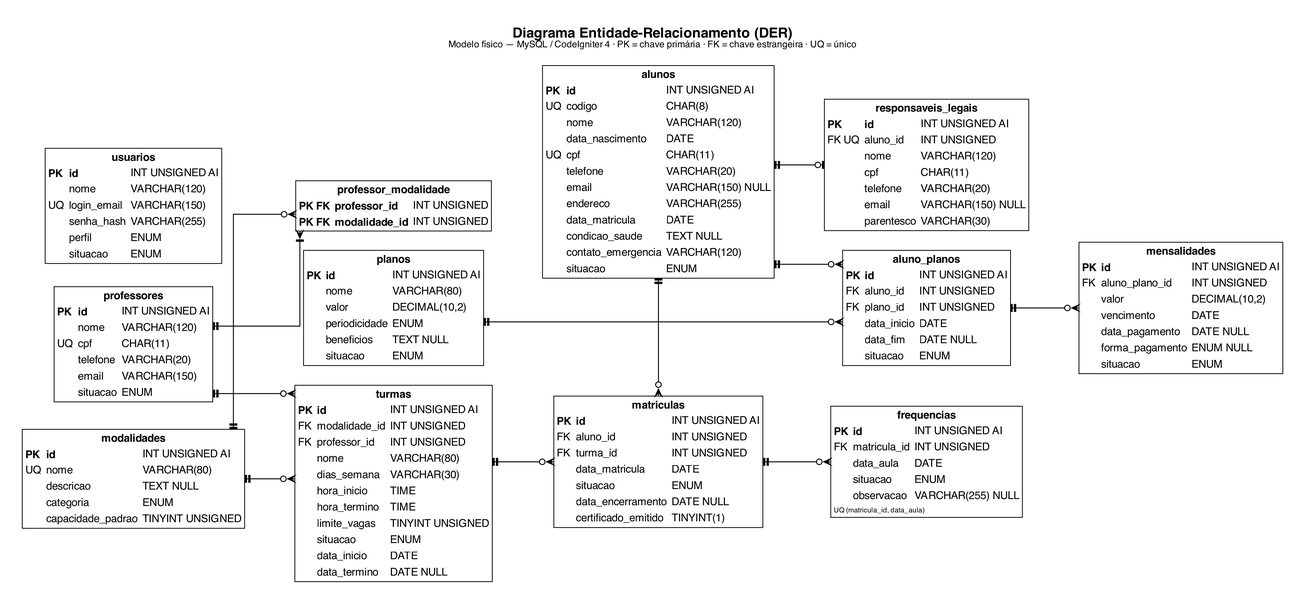
Before: docs/analise/diagramas/der.png, a diagram exported from Graphviz (arthurvtl/centro-treinamento-devweb). Its source is kept beside it as docs/analise/diagramas/der.dot. Its diagram source:
```dot
digraph DER {
  graph [
    label=<<b>Diagrama Entidade-Relacionamento (DER)</b><br/><font point-size="12" color="#000000">Modelo físico — MySQL / CodeIgniter 4 · PK = chave primária · FK = chave estrangeira · UQ = único</font><br/> >,
    labelloc=t, fontname="Helvetica", fontsize=18,
    rankdir=LR, splines=ortho, nodesep=0.35, ranksep=0.9, pad=0.4, bgcolor="white"
  ];
  node [shape=plain, fontname="Helvetica", fontsize=14];
  edge [color="#000000", dir=both, penwidth=1.2, arrowsize=0.9];

  usuarios [label=<
    <table border="1" cellborder="0" cellspacing="0" cellpadding="3" color="#000000">
      <tr><td colspan="3"><b>usuarios</b></td></tr>
      <tr><td align="left"><font color="#000000"><b>PK</b></font></td><td align="left"><b>id</b></td><td align="left"><font color="#000000">INT UNSIGNED AI</font></td></tr>
      <tr><td></td><td align="left">nome</td><td align="left"><font color="#000000">VARCHAR(120)</font></td></tr>
      <tr><td align="left"><font color="#000000">UQ</font></td><td align="left">login_email</td><td align="left"><font color="#000000">VARCHAR(150)</font></td></tr>
      <tr><td></td><td align="left">senha_hash</td><td align="left"><font color="#000000">VARCHAR(255)</font></td></tr>
      <tr><td></td><td align="left">perfil</td><td align="left"><font color="#000000">ENUM</font></td></tr>
      <tr><td></td><td align="left">situacao</td><td align="left"><font color="#000000">ENUM</font></td></tr>
    </table>>];

  modalidades [label=<
    <table border="1" cellborder="0" cellspacing="0" cellpadding="3" color="#000000">
      <tr><td colspan="3"><b>modalidades</b></td></tr>
      <tr><td align="left"><font color="#000000"><b>PK</b></font></td><td align="left"><b>id</b></td><td align="left"><font color="#000000">INT UNSIGNED AI</font></td></tr>
      <tr><td align="left"><font color="#000000">UQ</font></td><td align="left">nome</td><td align="left"><font color="#000000">VARCHAR(80)</font></td></tr>
      <tr><td></td><td align="left">descricao</td><td align="left"><font color="#000000">TEXT NULL</font></td></tr>
      <tr><td></td><td align="left">categoria</td><td align="left"><font color="#000000">ENUM</font></td></tr>
      <tr><td></td><td align="left">capacidade_padrao</td><td align="left"><font color="#000000">TINYINT UNSIGNED</font></td></tr>
    </table>>];

  professores [label=<
    <table border="1" cellborder="0" cellspacing="0" cellpadding="3" color="#000000">
      <tr><td colspan="3"><b>professores</b></td></tr>
      <tr><td align="left"><font color="#000000"><b>PK</b></font></td><td align="left"><b>id</b></td><td align="left"><font color="#000000">INT UNSIGNED AI</font></td></tr>
      <tr><td></td><td align="left">nome</td><td align="left"><font color="#000000">VARCHAR(120)</font></td></tr>
      <tr><td align="left"><font color="#000000">UQ</font></td><td align="left">cpf</td><td align="left"><font color="#000000">CHAR(11)</font></td></tr>
      <tr><td></td><td align="left">telefone</td><td align="left"><font color="#000000">VARCHAR(20)</font></td></tr>
      <tr><td></td><td align="left">email</td><td align="left"><font color="#000000">VARCHAR(150)</font></td></tr>
      <tr><td></td><td align="left">situacao</td><td align="left"><font color="#000000">ENUM</font></td></tr>
    </table>>];

  professor_modalidade [label=<
    <table border="1" cellborder="0" cellspacing="0" cellpadding="3" color="#000000">
      <tr><td colspan="3"><b>professor_modalidade</b></td></tr>
      <tr><td align="left"><font color="#000000"><b>PK FK</b></font></td><td align="left"><b>professor_id</b></td><td align="left"><font color="#000000">INT UNSIGNED</font></td></tr>
      <tr><td align="left"><font color="#000000"><b>PK FK</b></font></td><td align="left"><b>modalidade_id</b></td><td align="left"><font color="#000000">INT UNSIGNED</font></td></tr>
    </table>>];

  turmas [label=<
    <table border="1" cellborder="0" cellspacing="0" cellpadding="3" color="#000000">
      <tr><td colspan="3"><b>turmas</b></td></tr>
      <tr><td align="left"><font color="#000000"><b>PK</b></font></td><td align="left"><b>id</b></td><td align="left"><font color="#000000">INT UNSIGNED AI</font></td></tr>
      <tr><td align="left"><font color="#000000">FK</font></td><td align="left">modalidade_id</td><td align="left"><font color="#000000">INT UNSIGNED</font></td></tr>
      <tr><td align="left"><font color="#000000">FK</font></td><td align="left">professor_id</td><td align="left"><font color="#000000">INT UNSIGNED</font></td></tr>
      <tr><td></td><td align="left">nome</td><td align="left"><font color="#000000">VARCHAR(80)</font></td></tr>
      <tr><td></td><td align="left">dias_semana</td><td align="left"><font color="#000000">VARCHAR(30)</font></td></tr>
      <tr><td></td><td align="left">hora_inicio</td><td align="left"><font color="#000000">TIME</font></td></tr>
      <tr><td></td><td align="left">hora_termino</td><td align="left"><font color="#000000">TIME</font></td></tr>
      <tr><td></td><td align="left">limite_vagas</td><td align="left"><font color="#000000">TINYINT UNSIGNED</font></td></tr>
      <tr><td></td><td align="left">situacao</td><td align="left"><font color="#000000">ENUM</font></td></tr>
      <tr><td></td><td align="left">data_inicio</td><td align="left"><font color="#000000">DATE</font></td></tr>
      <tr><td></td><td align="left">data_termino</td><td align="left"><font color="#000000">DATE NULL</font></td></tr>
    </table>>];

  alunos [label=<
    <table border="1" cellborder="0" cellspacing="0" cellpadding="3" color="#000000">
      <tr><td colspan="3"><b>alunos</b></td></tr>
      <tr><td align="left"><font color="#000000"><b>PK</b></font></td><td align="left"><b>id</b></td><td align="left"><font color="#000000">INT UNSIGNED AI</font></td></tr>
      <tr><td align="left"><font color="#000000">UQ</font></td><td align="left">codigo</td><td align="left"><font color="#000000">CHAR(8)</font></td></tr>
      <tr><td></td><td align="left">nome</td><td align="left"><font color="#000000">VARCHAR(120)</font></td></tr>
      <tr><td></td><td align="left">data_nascimento</td><td align="left"><font color="#000000">DATE</font></td></tr>
      <tr><td align="left"><font color="#000000">UQ</font></td><td align="left">cpf</td><td align="left"><font color="#000000">CHAR(11)</font></td></tr>
      <tr><td></td><td align="left">telefone</td><td align="left"><font color="#000000">VARCHAR(20)</font></td></tr>
      <tr><td></td><td align="left">email</td><td align="left"><font color="#000000">VARCHAR(150) NULL</font></td></tr>
      <tr><td></td><td align="left">endereco</td><td align="left"><font color="#000000">VARCHAR(255)</font></td></tr>
      <tr><td></td><td align="left">data_matricula</td><td align="left"><font color="#000000">DATE</font></td></tr>
      <tr><td></td><td align="left">condicao_saude</td><td align="left"><font color="#000000">TEXT NULL</font></td></tr>
      <tr><td></td><td align="left">contato_emergencia</td><td align="left"><font color="#000000">VARCHAR(120)</font></td></tr>
      <tr><td></td><td align="left">situacao</td><td align="left"><font color="#000000">ENUM</font></td></tr>
    </table>>];

  responsaveis_legais [label=<
    <table border="1" cellborder="0" cellspacing="0" cellpadding="3" color="#000000">
      <tr><td colspan="3"><b>responsaveis_legais</b></td></tr>
      <tr><td align="left"><font color="#000000"><b>PK</b></font></td><td align="left"><b>id</b></td><td align="left"><font color="#000000">INT UNSIGNED AI</font></td></tr>
      <tr><td align="left"><font color="#000000">FK UQ</font></td><td align="left">aluno_id</td><td align="left"><font color="#000000">INT UNSIGNED</font></td></tr>
      <tr><td></td><td align="left">nome</td><td align="left"><font color="#000000">VARCHAR(120)</font></td></tr>
      <tr><td></td><td align="left">cpf</td><td align="left"><font color="#000000">CHAR(11)</font></td></tr>
      <tr><td></td><td align="left">telefone</td><td align="left"><font color="#000000">VARCHAR(20)</font></td></tr>
      <tr><td></td><td align="left">email</td><td align="left"><font color="#000000">VARCHAR(150) NULL</font></td></tr>
      <tr><td></td><td align="left">parentesco</td><td align="left"><font color="#000000">VARCHAR(30)</font></td></tr>
    </table>>];

  matriculas [label=<
    <table border="1" cellborder="0" cellspacing="0" cellpadding="3" color="#000000">
      <tr><td colspan="3"><b>matriculas</b></td></tr>
      <tr><td align="left"><font color="#000000"><b>PK</b></font></td><td align="left"><b>id</b></td><td align="left"><font color="#000000">INT UNSIGNED AI</font></td></tr>
      <tr><td align="left"><font color="#000000">FK</font></td><td align="left">aluno_id</td><td align="left"><font color="#000000">INT UNSIGNED</font></td></tr>
      <tr><td align="left"><font color="#000000">FK</font></td><td align="left">turma_id</td><td align="left"><font color="#000000">INT UNSIGNED</font></td></tr>
      <tr><td></td><td align="left">data_matricula</td><td align="left"><font color="#000000">DATE</font></td></tr>
      <tr><td></td><td align="left">situacao</td><td align="left"><font color="#000000">ENUM</font></td></tr>
      <tr><td></td><td align="left">data_encerramento</td><td align="left"><font color="#000000">DATE NULL</font></td></tr>
      <tr><td></td><td align="left">certificado_emitido</td><td align="left"><font color="#000000">TINYINT(1)</font></td></tr>
    </table>>];

  frequencias [label=<
    <table border="1" cellborder="0" cellspacing="0" cellpadding="3" color="#000000">
      <tr><td colspan="3"><b>frequencias</b></td></tr>
      <tr><td align="left"><font color="#000000"><b>PK</b></font></td><td align="left"><b>id</b></td><td align="left"><font color="#000000">INT UNSIGNED AI</font></td></tr>
      <tr><td align="left"><font color="#000000">FK</font></td><td align="left">matricula_id</td><td align="left"><font color="#000000">INT UNSIGNED</font></td></tr>
      <tr><td></td><td align="left">data_aula</td><td align="left"><font color="#000000">DATE</font></td></tr>
      <tr><td></td><td align="left">situacao</td><td align="left"><font color="#000000">ENUM</font></td></tr>
      <tr><td></td><td align="left">observacao</td><td align="left"><font color="#000000">VARCHAR(255) NULL</font></td></tr>
      <tr><td colspan="3" align="left"><font point-size="9" color="#000000">UQ (matricula_id, data_aula)</font></td></tr>
    </table>>];

  planos [label=<
    <table border="1" cellborder="0" cellspacing="0" cellpadding="3" color="#000000">
      <tr><td colspan="3"><b>planos</b></td></tr>
      <tr><td align="left"><font color="#000000"><b>PK</b></font></td><td align="left"><b>id</b></td><td align="left"><font color="#000000">INT UNSIGNED AI</font></td></tr>
      <tr><td></td><td align="left">nome</td><td align="left"><font color="#000000">VARCHAR(80)</font></td></tr>
      <tr><td></td><td align="left">valor</td><td align="left"><font color="#000000">DECIMAL(10,2)</font></td></tr>
      <tr><td></td><td align="left">periodicidade</td><td align="left"><font color="#000000">ENUM</font></td></tr>
      <tr><td></td><td align="left">beneficios</td><td align="left"><font color="#000000">TEXT NULL</font></td></tr>
      <tr><td></td><td align="left">situacao</td><td align="left"><font color="#000000">ENUM</font></td></tr>
    </table>>];

  aluno_planos [label=<
    <table border="1" cellborder="0" cellspacing="0" cellpadding="3" color="#000000">
      <tr><td colspan="3"><b>aluno_planos</b></td></tr>
      <tr><td align="left"><font color="#000000"><b>PK</b></font></td><td align="left"><b>id</b></td><td align="left"><font color="#000000">INT UNSIGNED AI</font></td></tr>
      <tr><td align="left"><font color="#000000">FK</font></td><td align="left">aluno_id</td><td align="left"><font color="#000000">INT UNSIGNED</font></td></tr>
      <tr><td align="left"><font color="#000000">FK</font></td><td align="left">plano_id</td><td align="left"><font color="#000000">INT UNSIGNED</font></td></tr>
      <tr><td></td><td align="left">data_inicio</td><td align="left"><font color="#000000">DATE</font></td></tr>
      <tr><td></td><td align="left">data_fim</td><td align="left"><font color="#000000">DATE NULL</font></td></tr>
      <tr><td></td><td align="left">situacao</td><td align="left"><font color="#000000">ENUM</font></td></tr>
    </table>>];

  mensalidades [label=<
    <table border="1" cellborder="0" cellspacing="0" cellpadding="3" color="#000000">
      <tr><td colspan="3"><b>mensalidades</b></td></tr>
      <tr><td align="left"><font color="#000000"><b>PK</b></font></td><td align="left"><b>id</b></td><td align="left"><font color="#000000">INT UNSIGNED AI</font></td></tr>
      <tr><td align="left"><font color="#000000">FK</font></td><td align="left">aluno_plano_id</td><td align="left"><font color="#000000">INT UNSIGNED</font></td></tr>
      <tr><td></td><td align="left">valor</td><td align="left"><font color="#000000">DECIMAL(10,2)</font></td></tr>
      <tr><td></td><td align="left">vencimento</td><td align="left"><font color="#000000">DATE</font></td></tr>
      <tr><td></td><td align="left">data_pagamento</td><td align="left"><font color="#000000">DATE NULL</font></td></tr>
      <tr><td></td><td align="left">forma_pagamento</td><td align="left"><font color="#000000">ENUM NULL</font></td></tr>
      <tr><td></td><td align="left">situacao</td><td align="left"><font color="#000000">ENUM</font></td></tr>
    </table>>];

  { rank=same; modalidades; professores; usuarios; }
  { rank=same; professor_modalidade; turmas; planos; }
  { rank=same; matriculas; alunos; }
  { rank=same; frequencias; responsaveis_legais; aluno_planos; }
  { rank=same; mensalidades; }
  usuarios -> professor_modalidade [style=invis, dir=none];

  modalidades -> turmas               [arrowtail=teetee, arrowhead=crowodot];
  professores -> turmas               [arrowtail=teetee, arrowhead=crowodot];
  professores -> professor_modalidade [arrowtail=teetee, arrowhead=crowtee];
  modalidades -> professor_modalidade [arrowtail=teetee, arrowhead=crowodot];
  turmas -> matriculas                [arrowtail=teetee, arrowhead=crowodot];
  alunos -> matriculas                [arrowtail=teetee, arrowhead=crowodot];
  alunos -> responsaveis_legais       [arrowtail=teetee, arrowhead=teeodot];
  alunos -> aluno_planos              [arrowtail=teetee, arrowhead=crowodot];
  planos -> aluno_planos              [arrowtail=teetee, arrowhead=crowodot];
  matriculas -> frequencias           [arrowtail=teetee, arrowhead=crowodot];
  aluno_planos -> mensalidades        [arrowtail=teetee, arrowhead=crowodot];
}
```
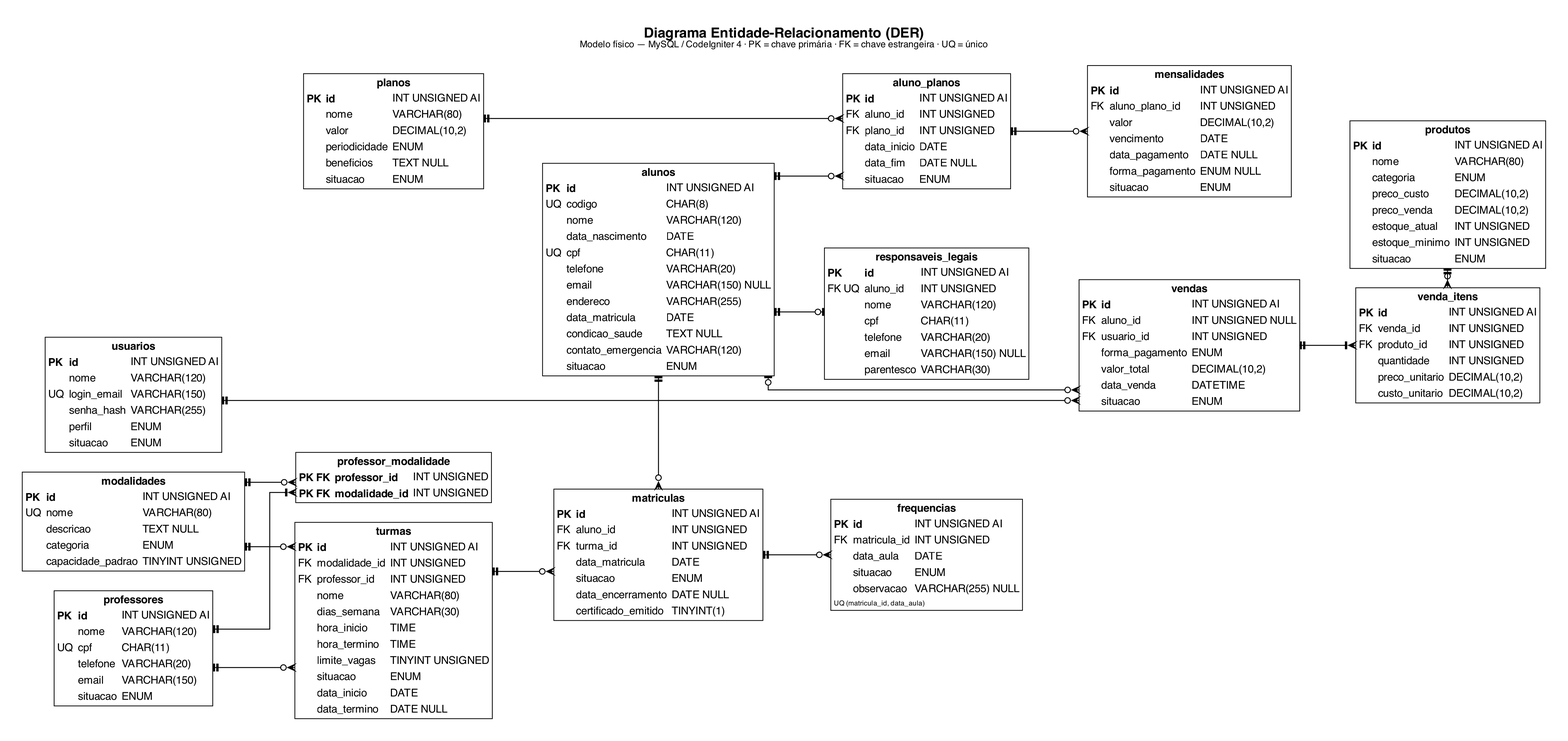
The same diagram one commit later.

Change to the diagram source:
```diff
@@ -148,11 +148,48 @@
       <tr><td></td><td align="left">situacao</td><td align="left"><font color="#000000">ENUM</font></td></tr>
     </table>>];
 
+  produtos [label=<
+    <table border="1" cellborder="0" cellspacing="0" cellpadding="3" color="#000000">
+      <tr><td colspan="3"><b>produtos</b></td></tr>
+      <tr><td align="left"><font color="#000000"><b>PK</b></font></td><td align="left"><b>id</b></td><td align="left"><font color="#000000">INT UNSIGNED AI</font></td></tr>
+      <tr><td></td><td align="left">nome</td><td align="left"><font color="#000000">VARCHAR(80)</font></td></tr>
+      <tr><td></td><td align="left">categoria</td><td align="left"><font color="#000000">ENUM</font></td></tr>
+      <tr><td></td><td align="left">preco_custo</td><td align="left"><font color="#000000">DECIMAL(10,2)</font></td></tr>
+      <tr><td></td><td align="left">preco_venda</td><td align="left"><font color="#000000">DECIMAL(10,2)</font></td></tr>
+      <tr><td></td><td align="left">estoque_atual</td><td align="left"><font color="#000000">INT UNSIGNED</font></td></tr>
+      <tr><td></td><td align="left">estoque_minimo</td><td align="left"><font color="#000000">INT UNSIGNED</font></td></tr>
+      <tr><td></td><td align="left">situacao</td><td align="left"><font color="#000000">ENUM</font></td></tr>
+    </table>>];
+
+  vendas [label=<
+    <table border="1" cellborder="0" cellspacing="0" cellpadding="3" color="#000000">
+      <tr><td colspan="3"><b>vendas</b></td></tr>
+      <tr><td align="left"><font color="#000000"><b>PK</b></font></td><td align="left"><b>id</b></td><td align="left"><font color="#000000">INT UNSIGNED AI</font></td></tr>
+      <tr><td align="left"><font color="#000000">FK</font></td><td align="left">aluno_id</td><td align="left"><font color="#000000">INT UNSIGNED NULL</font></td></tr>
+      <tr><td align="left"><font color="#000000">FK</font></td><td align="left">usuario_id</td><td align="left"><font color="#000000">INT UNSIGNED</font></td></tr>
+      <tr><td></td><td align="left">forma_pagamento</td><td align="left"><font color="#000000">ENUM</font></td></tr>
+      <tr><td></td><td align="left">valor_total</td><td align="left"><font color="#000000">DECIMAL(10,2)</font></td></tr>
+      <tr><td></td><td align="left">data_venda</td><td align="left"><font color="#000000">DATETIME</font></td></tr>
+      <tr><td></td><td align="left">situacao</td><td align="left"><font color="#000000">ENUM</font></td></tr>
+    </table>>];
+
+  venda_itens [label=<
+    <table border="1" cellborder="0" cellspacing="0" cellpadding="3" color="#000000">
+      <tr><td colspan="3"><b>venda_itens</b></td></tr>
+      <tr><td align="left"><font color="#000000"><b>PK</b></font></td><td align="left"><b>id</b></td><td align="left"><font color="#000000">INT UNSIGNED AI</font></td></tr>
+      <tr><td align="left"><font color="#000000">FK</font></td><td align="left">venda_id</td><td align="left"><font color="#000000">INT UNSIGNED</font></td></tr>
+      <tr><td align="left"><font color="#000000">FK</font></td><td align="left">produto_id</td><td align="left"><font color="#000000">INT UNSIGNED</font></td></tr>
+      <tr><td></td><td align="left">quantidade</td><td align="left"><font color="#000000">INT UNSIGNED</font></td></tr>
+      <tr><td></td><td align="left">preco_unitario</td><td align="left"><font color="#000000">DECIMAL(10,2)</font></td></tr>
+      <tr><td></td><td align="left">custo_unitario</td><td align="left"><font color="#000000">DECIMAL(10,2)</font></td></tr>
+    </table>>];
+
   { rank=same; modalidades; professores; usuarios; }
   { rank=same; professor_modalidade; turmas; planos; }
   { rank=same; matriculas; alunos; }
   { rank=same; frequencias; responsaveis_legais; aluno_planos; }
-  { rank=same; mensalidades; }
+  { rank=same; mensalidades; vendas; }
+  { rank=same; venda_itens; produtos; }
   usuarios -> professor_modalidade [style=invis, dir=none];
 
   modalidades -> turmas               [arrowtail=teetee, arrowhead=crowodot];
@@ -166,4 +203,8 @@
   planos -> aluno_planos              [arrowtail=teetee, arrowhead=crowodot];
   matriculas -> frequencias           [arrowtail=teetee, arrowhead=crowodot];
   aluno_planos -> mensalidades        [arrowtail=teetee, arrowhead=crowodot];
+  alunos -> vendas                    [arrowtail=teeodot, arrowhead=crowodot];
+  usuarios -> vendas                  [arrowtail=teetee, arrowhead=crowodot];
+  vendas -> venda_itens               [arrowtail=teetee, arrowhead=crowtee];
+  produtos -> venda_itens             [arrowtail=teetee, arrowhead=crowodot];
 }
```
